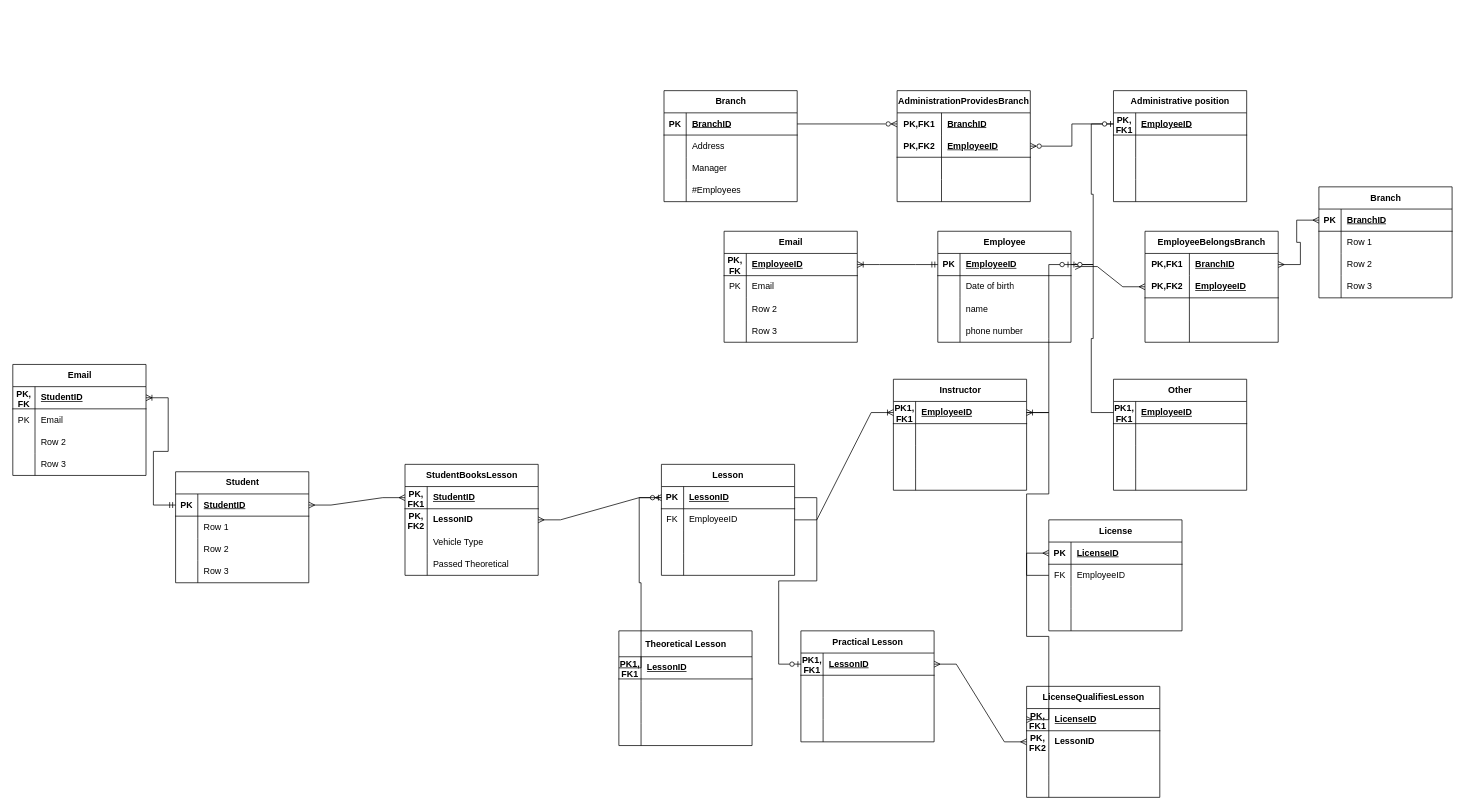
Above: 2_Logical_Data_Model/Driving_School_Daniel_Logical.drawio in Luma48/Database-Foundations-Project (draw.io), before the change. Source tidied: cells renumbered, new cells numbered last; positions are measured from the earlier drawing's top-left corner, leaving out a move shared by most shapes. Both pictures are drawn from the tidied source at 74%, with x=0, y=0 at pixel (13, 90).
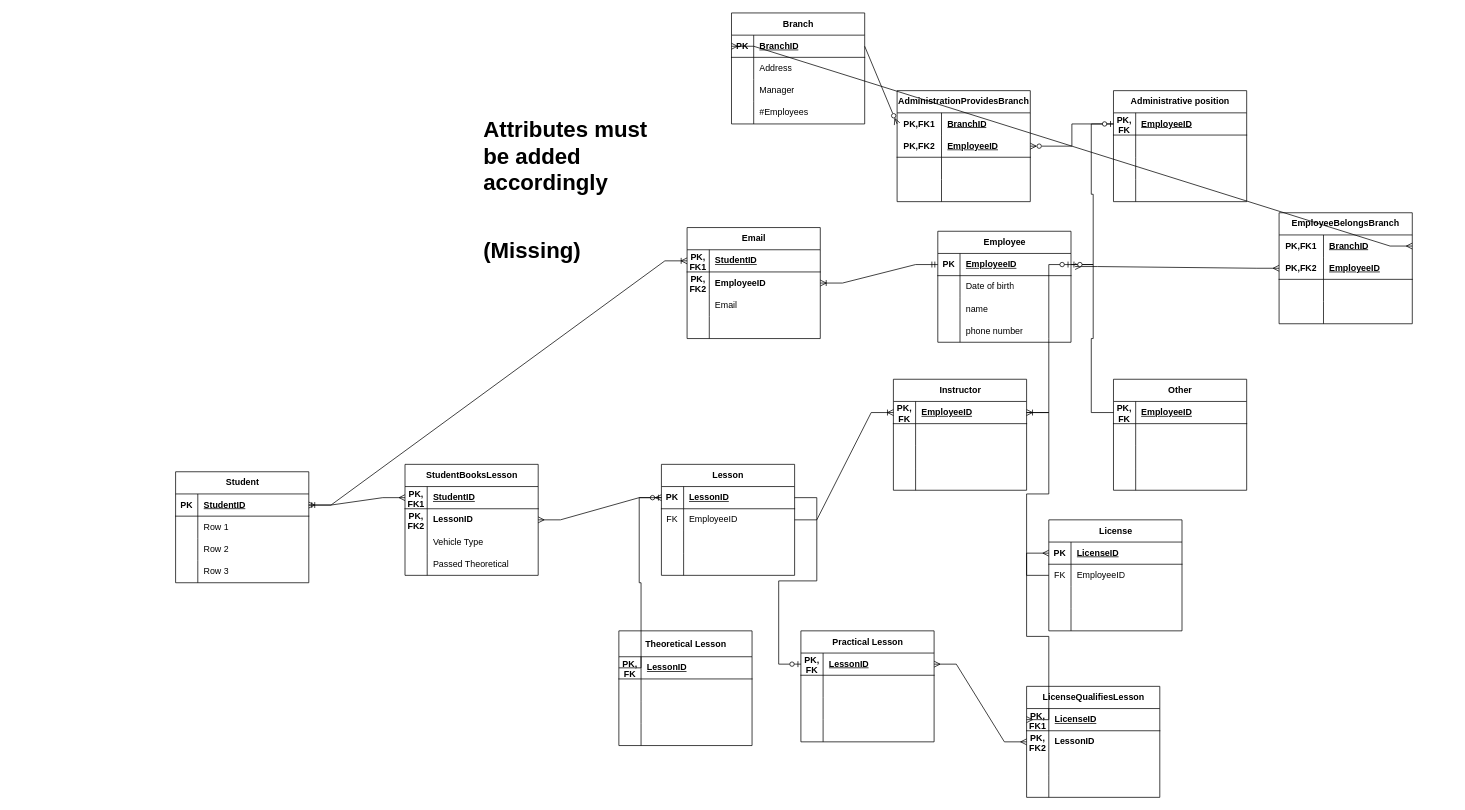
After the change.

Commit message:
corrected branch, email table

The change refers to these unchanged cells:
```xml
<mxCell id="3" style="shape=tableRow;horizontal=0;startSize=0;swimlaneHead=0;swimlaneBody=0;fillColor=none;points=[[0,0.5],[1,0.5]];portConstraint=eastwest;top=0;left=0;right=0;bottom=1;" parent="2" vertex="1">
  <mxGeometry y="30" width="180" height="30" as="geometry" />
</mxCell>
<mxCell id="16" style="shape=tableRow;horizontal=0;startSize=0;swimlaneHead=0;swimlaneBody=0;fillColor=none;points=[[0,0.5],[1,0.5]];portConstraint=eastwest;top=0;left=0;right=0;bottom=0;html=1;" parent="15" vertex="1">
  <mxGeometry y="30" width="180" height="30" as="geometry" />
</mxCell>
<mxCell id="29" style="shape=tableRow;horizontal=0;startSize=0;swimlaneHead=0;swimlaneBody=0;fillColor=none;points=[[0,0.5],[1,0.5]];portConstraint=eastwest;top=0;left=0;right=0;bottom=1;" parent="28" vertex="1">
  <mxGeometry y="30" width="180" height="30" as="geometry" />
</mxCell>
<mxCell id="44" style="shape=tableRow;horizontal=0;startSize=0;swimlaneHead=0;swimlaneBody=0;fillColor=none;points=[[0,0.5],[1,0.5]];portConstraint=eastwest;top=0;left=0;right=0;bottom=1;" parent="43" vertex="1">
  <mxGeometry y="30" width="180" height="30" as="geometry" />
</mxCell>
<mxCell id="57" style="shape=tableRow;horizontal=0;startSize=0;swimlaneHead=0;swimlaneBody=0;fillColor=none;points=[[0,0.5],[1,0.5]];portConstraint=eastwest;top=0;left=0;right=0;bottom=0;html=1;" parent="56" vertex="1">
  <mxGeometry y="30" width="180" height="30" as="geometry" />
</mxCell>
<mxCell id="86" style="shape=tableRow;horizontal=0;startSize=0;swimlaneHead=0;swimlaneBody=0;fillColor=none;points=[[0,0.5],[1,0.5]];portConstraint=eastwest;top=0;left=0;right=0;bottom=1;" parent="85" vertex="1">
  <mxGeometry y="30" width="180" height="30" as="geometry" />
</mxCell>
<mxCell id="99" style="shape=tableRow;horizontal=0;startSize=0;swimlaneHead=0;swimlaneBody=0;fillColor=none;points=[[0,0.5],[1,0.5]];portConstraint=eastwest;top=0;left=0;right=0;bottom=1;" parent="98" vertex="1">
  <mxGeometry y="30" width="180" height="30" as="geometry" />
</mxCell>
<mxCell id="128" style="shape=tableRow;horizontal=0;startSize=0;swimlaneHead=0;swimlaneBody=0;fillColor=none;points=[[0,0.5],[1,0.5]];portConstraint=eastwest;top=0;left=0;right=0;bottom=1;" parent="127" vertex="1">
  <mxGeometry y="35" width="180" height="30" as="geometry" />
</mxCell>
<mxCell id="141" style="shape=tableRow;horizontal=0;startSize=0;swimlaneHead=0;swimlaneBody=0;fillColor=none;points=[[0,0.5],[1,0.5]];portConstraint=eastwest;top=0;left=0;right=0;bottom=1;" parent="140" vertex="1">
  <mxGeometry y="30" width="180" height="30" as="geometry" />
</mxCell>
<mxCell id="185" style="shape=tableRow;horizontal=0;startSize=0;swimlaneHead=0;swimlaneBody=0;fillColor=none;points=[[0,0.5],[1,0.5]];portConstraint=eastwest;top=0;left=0;right=0;bottom=1;" parent="184" vertex="1">
  <mxGeometry y="30" width="180" height="30" as="geometry" />
</mxCell>
<mxCell id="213" style="shape=tableRow;horizontal=0;startSize=0;swimlaneHead=0;swimlaneBody=0;fillColor=none;points=[[0,0.5],[1,0.5]];portConstraint=eastwest;top=0;left=0;right=0;bottom=1;" parent="212" vertex="1">
  <mxGeometry y="30" width="180" height="30" as="geometry" />
</mxCell>
<mxCell id="216" style="shape=tableRow;horizontal=0;startSize=0;swimlaneHead=0;swimlaneBody=0;fillColor=none;points=[[0,0.5],[1,0.5]];portConstraint=eastwest;top=0;left=0;right=0;bottom=0;" parent="212" vertex="1">
  <mxGeometry y="60" width="180" height="30" as="geometry" />
</mxCell>
<mxCell id="219" style="shape=tableRow;horizontal=0;startSize=0;swimlaneHead=0;swimlaneBody=0;fillColor=none;top=0;left=0;right=0;bottom=0;" parent="212" vertex="1">
  <mxGeometry y="90" width="180" height="30" as="geometry" />
</mxCell>
<mxCell id="222" style="shape=tableRow;horizontal=0;startSize=0;swimlaneHead=0;swimlaneBody=0;fillColor=none;top=0;left=0;right=0;bottom=0;" parent="212" vertex="1">
  <mxGeometry y="120" width="180" height="30" as="geometry" />
</mxCell>
```

Diff of the diagram source:
```diff
@@
     <mxCell id="2" value="Branch" style="shape=table;startSize=30;childLayout=tableLayout;rowLines=0;fontStyle=1;align=center;html=1;" parent="1" vertex="1">
-      <mxGeometry x="879.8" width="180" height="150" as="geometry" />
+      <mxGeometry x="971" y="-105" width="180" height="150" as="geometry" />
     </mxCell>
@@
-    <mxCell id="30" value="PK, FK1" style="shape=partialRectangle;fillColor=none;top=0;left=0;bottom=0;right=0;fontStyle=1;overflow=hidden;whiteSpace=wrap;html=1;" parent="29" vertex="1">
+    <mxCell id="30" value="PK, FK" style="shape=partialRectangle;fillColor=none;top=0;left=0;bottom=0;right=0;fontStyle=1;overflow=hidden;whiteSpace=wrap;html=1;" parent="29" vertex="1">
       <mxGeometry width="30" height="30" as="geometry" />
     </mxCell>
@@
-    <mxCell id="41" style="rounded=0;jettySize=auto;html=1;entryX=0;entryY=0.5;entryDx=0;entryDy=0;endArrow=ERzeroToMany;endFill=0;" parent="1" edge="1" source="3" target="16">
+    <mxCell id="41" style="rounded=0;jettySize=auto;html=1;entryX=0;entryY=0.5;entryDx=0;entryDy=0;endArrow=ERzeroToMany;endFill=0;exitX=1;exitY=0.5;exitDx=0;exitDy=0;" parent="1" edge="1" source="3" target="16">
       <mxGeometry relative="1" as="geometry" />
     </mxCell>
@@
     <mxCell id="56" value="EmployeeBelongsBranch" style="shape=table;startSize=30;childLayout=tableLayout;rowLines=0;fontStyle=1;align=center;html=1;whiteSpace=wrap;" parent="1" vertex="1">
-      <mxGeometry x="1529.8" y="190" width="180" height="150" as="geometry" />
+      <mxGeometry x="1711" y="165" width="180" height="150" as="geometry" />
     </mxCell>
@@
-    <mxCell id="70" value="Branch" style="shape=table;startSize=30;childLayout=tableLayout;rowLines=0;fontStyle=1;align=center;html=1;" parent="1" vertex="1">
-      <mxGeometry x="1764.8" y="130" width="180" height="150" as="geometry" />
-    </mxCell>
-    <mxCell id="71" style="shape=tableRow;horizontal=0;startSize=0;swimlaneHead=0;swimlaneBody=0;fillColor=none;points=[[0,0.5],[1,0.5]];portConstraint=eastwest;top=0;left=0;right=0;bottom=1;" parent="70" vertex="1">
-      <mxGeometry y="30" width="180" height="30" as="geometry" />
-    </mxCell>
-    <mxCell id="72" value="PK" style="shape=partialRectangle;fillColor=none;top=0;left=0;bottom=0;right=0;fontStyle=1;overflow=hidden;whiteSpace=wrap;html=1;" parent="71" vertex="1">
-      <mxGeometry width="30" height="30" as="geometry" />
-    </mxCell>
-    <mxCell id="73" value="BranchID" style="shape=partialRectangle;fillColor=none;top=0;left=0;bottom=0;right=0;align=left;spacingLeft=6;fontStyle=5;overflow=hidden;whiteSpace=wrap;html=1;" parent="71" vertex="1">
-      <mxGeometry x="30" width="150" height="30" as="geometry" />
-    </mxCell>
-    <mxCell id="74" style="shape=tableRow;horizontal=0;startSize=0;swimlaneHead=0;swimlaneBody=0;fillColor=none;top=0;left=0;right=0;bottom=0;" parent="70" vertex="1">
-      <mxGeometry y="60" width="180" height="30" as="geometry" />
-    </mxCell>
-    <mxCell id="75" style="shape=partialRectangle;fillColor=none;top=0;left=0;bottom=0;right=0;overflow=hidden;whiteSpace=wrap;html=1;" parent="74" vertex="1">
-      <mxGeometry width="30" height="30" as="geometry" />
-    </mxCell>
-    <mxCell id="76" value="Row 1" style="shape=partialRectangle;fillColor=none;top=0;left=0;bottom=0;right=0;align=left;spacingLeft=6;overflow=hidden;whiteSpace=wrap;html=1;" parent="74" vertex="1">
-      <mxGeometry x="30" width="150" height="30" as="geometry" />
-    </mxCell>
-    <mxCell id="77" style="shape=tableRow;horizontal=0;startSize=0;swimlaneHead=0;swimlaneBody=0;fillColor=none;top=0;left=0;right=0;bottom=0;" parent="70" vertex="1">
-      <mxGeometry y="90" width="180" height="30" as="geometry" />
-    </mxCell>
-    <mxCell id="78" style="shape=partialRectangle;fillColor=none;top=0;left=0;bottom=0;right=0;overflow=hidden;whiteSpace=wrap;html=1;" parent="77" vertex="1">
-      <mxGeometry width="30" height="30" as="geometry" />
-    </mxCell>
-    <mxCell id="79" value="Row 2" style="shape=partialRectangle;fillColor=none;top=0;left=0;bottom=0;right=0;align=left;spacingLeft=6;overflow=hidden;whiteSpace=wrap;html=1;" parent="77" vertex="1">
-      <mxGeometry x="30" width="150" height="30" as="geometry" />
-    </mxCell>
-    <mxCell id="80" style="shape=tableRow;horizontal=0;startSize=0;swimlaneHead=0;swimlaneBody=0;fillColor=none;top=0;left=0;right=0;bottom=0;" parent="70" vertex="1">
-      <mxGeometry y="120" width="180" height="30" as="geometry" />
-    </mxCell>
-    <mxCell id="81" style="shape=partialRectangle;fillColor=none;top=0;left=0;bottom=0;right=0;overflow=hidden;whiteSpace=wrap;html=1;" parent="80" vertex="1">
-      <mxGeometry width="30" height="30" as="geometry" />
-    </mxCell>
-    <mxCell id="82" value="Row 3" style="shape=partialRectangle;fillColor=none;top=0;left=0;bottom=0;right=0;align=left;spacingLeft=6;overflow=hidden;whiteSpace=wrap;html=1;" parent="80" vertex="1">
-      <mxGeometry x="30" width="150" height="30" as="geometry" />
-    </mxCell>
-    <mxCell id="83" style="edgeStyle=entityRelationEdgeStyle;fontSize=12;html=1;endArrow=ERmany;startArrow=ERmany;rounded=0;exitX=1;exitY=0.5;exitDx=0;exitDy=0;entryX=0;entryY=0.5;entryDx=0;entryDy=0;" parent="1" edge="1" source="57" target="71">
-      <mxGeometry relative="1" as="geometry" />
+    <mxCell id="83" style="edgeStyle=entityRelationEdgeStyle;fontSize=12;html=1;endArrow=ERmany;startArrow=ERmany;rounded=0;exitX=1;exitY=0.5;exitDx=0;exitDy=0;entryX=0;entryY=0.5;entryDx=0;entryDy=0;" parent="1" edge="1" source="57" target="3">
+      <mxGeometry relative="1" as="geometry">
+        <Array as="points">
+          <mxPoint x="1581" y="-65" />
+        </Array>
+      </mxGeometry>
     </mxCell>
@@
-    <mxCell id="87" value="PK1, FK1" style="shape=partialRectangle;fillColor=none;top=0;left=0;bottom=0;right=0;fontStyle=1;overflow=hidden;whiteSpace=wrap;html=1;" parent="86" vertex="1">
+    <mxCell id="87" value="PK, FK" style="shape=partialRectangle;fillColor=none;top=0;left=0;bottom=0;right=0;fontStyle=1;overflow=hidden;whiteSpace=wrap;html=1;" parent="86" vertex="1">
       <mxGeometry width="30" height="30" as="geometry" />
     </mxCell>
@@
-    <mxCell id="100" value="PK1, FK1" style="shape=partialRectangle;fillColor=none;top=0;left=0;bottom=0;right=0;fontStyle=1;overflow=hidden;whiteSpace=wrap;html=1;" parent="99" vertex="1">
+    <mxCell id="100" value="PK, FK" style="shape=partialRectangle;fillColor=none;top=0;left=0;bottom=0;right=0;fontStyle=1;overflow=hidden;whiteSpace=wrap;html=1;" parent="99" vertex="1">
       <mxGeometry width="30" height="30" as="geometry" />
     </mxCell>
@@
-    <mxCell id="129" value="PK1, FK1" style="shape=partialRectangle;fillColor=none;top=0;left=0;bottom=0;right=0;fontStyle=1;overflow=hidden;whiteSpace=wrap;html=1;" parent="128" vertex="1">
+    <mxCell id="129" value="PK, FK" style="shape=partialRectangle;fillColor=none;top=0;left=0;bottom=0;right=0;fontStyle=1;overflow=hidden;whiteSpace=wrap;html=1;" parent="128" vertex="1">
       <mxGeometry width="30" height="30" as="geometry" />
     </mxCell>
@@
-    <mxCell id="142" value="PK1, FK1" style="shape=partialRectangle;fillColor=none;top=0;left=0;bottom=0;right=0;fontStyle=1;overflow=hidden;whiteSpace=wrap;html=1;" parent="141" vertex="1">
+    <mxCell id="142" value="PK, FK" style="shape=partialRectangle;fillColor=none;top=0;left=0;bottom=0;right=0;fontStyle=1;overflow=hidden;whiteSpace=wrap;html=1;" parent="141" vertex="1">
       <mxGeometry width="30" height="30" as="geometry" />
     </mxCell>
@@
     <mxCell id="212" value="Email" style="shape=table;startSize=30;childLayout=tableLayout;rowLines=0;fontStyle=1;align=center;html=1;" parent="1" vertex="1">
-      <mxGeometry x="-0.2" y="370" width="180" height="150" as="geometry" />
+      <mxGeometry x="911" y="185" width="180" height="150" as="geometry" />
     </mxCell>
@@
-    <mxCell id="214" value="PK, FK" style="shape=partialRectangle;fillColor=none;top=0;left=0;bottom=0;right=0;fontStyle=1;overflow=hidden;whiteSpace=wrap;html=1;" parent="213" vertex="1">
+    <mxCell id="214" value="PK, FK1" style="shape=partialRectangle;fillColor=none;top=0;left=0;bottom=0;right=0;fontStyle=1;overflow=hidden;whiteSpace=wrap;html=1;" parent="213" vertex="1">
       <mxGeometry width="30" height="30" as="geometry" />
     </mxCell>
@@
-    <mxCell id="217" value="PK" style="shape=partialRectangle;fillColor=none;top=0;left=0;bottom=0;right=0;overflow=hidden;whiteSpace=wrap;html=1;" parent="216" vertex="1">
+    <mxCell id="217" value="&lt;b&gt;PK, FK2&lt;/b&gt;" style="shape=partialRectangle;fillColor=none;top=0;left=0;bottom=0;right=0;overflow=hidden;whiteSpace=wrap;html=1;" parent="216" vertex="1">
       <mxGeometry width="30" height="30" as="geometry" />
     </mxCell>
-    <mxCell id="218" value="Email" style="shape=partialRectangle;fillColor=none;top=0;left=0;bottom=0;right=0;align=left;spacingLeft=6;overflow=hidden;whiteSpace=wrap;html=1;" parent="216" vertex="1">
+    <mxCell id="218" value="&lt;b&gt;EmployeeID&lt;/b&gt;" style="shape=partialRectangle;fillColor=none;top=0;left=0;bottom=0;right=0;align=left;spacingLeft=6;overflow=hidden;whiteSpace=wrap;html=1;" parent="216" vertex="1">
       <mxGeometry x="30" width="150" height="30" as="geometry" />
     </mxCell>
@@
-    <mxCell id="221" value="Row 2" style="shape=partialRectangle;fillColor=none;top=0;left=0;bottom=0;right=0;align=left;spacingLeft=6;overflow=hidden;whiteSpace=wrap;html=1;" parent="219" vertex="1">
+    <mxCell id="221" value="Email" style="shape=partialRectangle;fillColor=none;top=0;left=0;bottom=0;right=0;align=left;spacingLeft=6;overflow=hidden;whiteSpace=wrap;html=1;" parent="219" vertex="1">
       <mxGeometry x="30" width="150" height="30" as="geometry" />
     </mxCell>
@@
-    <mxCell id="224" value="Row 3" style="shape=partialRectangle;fillColor=none;top=0;left=0;bottom=0;right=0;align=left;spacingLeft=6;overflow=hidden;whiteSpace=wrap;html=1;" parent="222" vertex="1">
+    <mxCell id="224" style="shape=partialRectangle;fillColor=none;top=0;left=0;bottom=0;right=0;align=left;spacingLeft=6;overflow=hidden;whiteSpace=wrap;html=1;" parent="222" vertex="1">
       <mxGeometry x="30" width="150" height="30" as="geometry" />
     </mxCell>
-    <mxCell id="225" style="edgeStyle=entityRelationEdgeStyle;fontSize=12;html=1;endArrow=ERoneToMany;startArrow=ERmandOne;rounded=0;entryX=1;entryY=0.5;entryDx=0;entryDy=0;exitX=0;exitY=0.5;exitDx=0;exitDy=0;" parent="1" edge="1" source="185" target="213">
+    <mxCell id="225" style="edgeStyle=entityRelationEdgeStyle;fontSize=12;html=1;endArrow=ERoneToMany;startArrow=ERmandOne;rounded=0;entryX=0;entryY=0.5;entryDx=0;entryDy=0;exitX=1;exitY=0.5;exitDx=0;exitDy=0;" parent="1" edge="1" source="185" target="213">
       <mxGeometry relative="1" as="geometry" />
     </mxCell>
-    <mxCell id="226" value="Email" style="shape=table;startSize=30;childLayout=tableLayout;rowLines=0;fontStyle=1;align=center;html=1;" parent="1" vertex="1">
-      <mxGeometry x="961" y="190" width="180" height="150" as="geometry" />
-    </mxCell>
-    <mxCell id="227" style="shape=tableRow;horizontal=0;startSize=0;swimlaneHead=0;swimlaneBody=0;fillColor=none;points=[[0,0.5],[1,0.5]];portConstraint=eastwest;top=0;left=0;right=0;bottom=1;" parent="226" vertex="1">
-      <mxGeometry y="30" width="180" height="30" as="geometry" />
-    </mxCell>
-    <mxCell id="228" value="PK, FK" style="shape=partialRectangle;fillColor=none;top=0;left=0;bottom=0;right=0;fontStyle=1;overflow=hidden;whiteSpace=wrap;html=1;" parent="227" vertex="1">
-      <mxGeometry width="30" height="30" as="geometry" />
-    </mxCell>
-    <mxCell id="229" value="EmployeeID" style="shape=partialRectangle;fillColor=none;top=0;left=0;bottom=0;right=0;align=left;spacingLeft=6;fontStyle=5;overflow=hidden;whiteSpace=wrap;html=1;" parent="227" vertex="1">
-      <mxGeometry x="30" width="150" height="30" as="geometry" />
-    </mxCell>
-    <mxCell id="230" style="shape=tableRow;horizontal=0;startSize=0;swimlaneHead=0;swimlaneBody=0;fillColor=none;top=0;left=0;right=0;bottom=0;" parent="226" vertex="1">
-      <mxGeometry y="60" width="180" height="30" as="geometry" />
-    </mxCell>
-    <mxCell id="231" value="PK" style="shape=partialRectangle;fillColor=none;top=0;left=0;bottom=0;right=0;overflow=hidden;whiteSpace=wrap;html=1;" parent="230" vertex="1">
-      <mxGeometry width="30" height="30" as="geometry" />
-    </mxCell>
-    <mxCell id="232" value="Email" style="shape=partialRectangle;fillColor=none;top=0;left=0;bottom=0;right=0;align=left;spacingLeft=6;overflow=hidden;whiteSpace=wrap;html=1;" parent="230" vertex="1">
-      <mxGeometry x="30" width="150" height="30" as="geometry" />
-    </mxCell>
-    <mxCell id="233" style="shape=tableRow;horizontal=0;startSize=0;swimlaneHead=0;swimlaneBody=0;fillColor=none;top=0;left=0;right=0;bottom=0;" parent="226" vertex="1">
-      <mxGeometry y="90" width="180" height="30" as="geometry" />
-    </mxCell>
-    <mxCell id="234" style="shape=partialRectangle;fillColor=none;top=0;left=0;bottom=0;right=0;overflow=hidden;whiteSpace=wrap;html=1;" parent="233" vertex="1">
-      <mxGeometry width="30" height="30" as="geometry" />
-    </mxCell>
-    <mxCell id="235" value="Row 2" style="shape=partialRectangle;fillColor=none;top=0;left=0;bottom=0;right=0;align=left;spacingLeft=6;overflow=hidden;whiteSpace=wrap;html=1;" parent="233" vertex="1">
-      <mxGeometry x="30" width="150" height="30" as="geometry" />
-    </mxCell>
-    <mxCell id="236" style="shape=tableRow;horizontal=0;startSize=0;swimlaneHead=0;swimlaneBody=0;fillColor=none;top=0;left=0;right=0;bottom=0;" parent="226" vertex="1">
-      <mxGeometry y="120" width="180" height="30" as="geometry" />
-    </mxCell>
-    <mxCell id="237" style="shape=partialRectangle;fillColor=none;top=0;left=0;bottom=0;right=0;overflow=hidden;whiteSpace=wrap;html=1;" parent="236" vertex="1">
-      <mxGeometry width="30" height="30" as="geometry" />
-    </mxCell>
-    <mxCell id="238" value="Row 3" style="shape=partialRectangle;fillColor=none;top=0;left=0;bottom=0;right=0;align=left;spacingLeft=6;overflow=hidden;whiteSpace=wrap;html=1;" parent="236" vertex="1">
-      <mxGeometry x="30" width="150" height="30" as="geometry" />
-    </mxCell>
-    <mxCell id="239" style="edgeStyle=entityRelationEdgeStyle;fontSize=12;html=1;endArrow=ERoneToMany;startArrow=ERmandOne;rounded=0;entryX=1;entryY=0.5;entryDx=0;entryDy=0;exitX=0;exitY=0.5;exitDx=0;exitDy=0;" parent="1" edge="1" source="44" target="227">
+    <mxCell id="239" style="edgeStyle=entityRelationEdgeStyle;fontSize=12;html=1;endArrow=ERoneToMany;startArrow=ERmandOne;rounded=0;entryX=1;entryY=0.5;entryDx=0;entryDy=0;exitX=0;exitY=0.5;exitDx=0;exitDy=0;" parent="1" edge="1" source="44" target="216">
       <mxGeometry relative="1" as="geometry">
         <Array as="points">
           <mxPoint x="1251" y="245" />
         </Array>
       </mxGeometry>
     </mxCell>
+    <mxCell id="240" value="&lt;h1 style=&quot;font-size: 30px;&quot;&gt;&lt;font style=&quot;font-size: 30px;&quot;&gt;Attributes must be added accordingly&lt;/font&gt;&lt;/h1&gt;&lt;div&gt;&lt;font style=&quot;font-size: 30px;&quot;&gt;&lt;b&gt;&lt;br&gt;&lt;/b&gt;&lt;/font&gt;&lt;/div&gt;&lt;div&gt;&lt;span style=&quot;font-size: 30px;&quot;&gt;&lt;b&gt;(Missing)&lt;/b&gt;&lt;/span&gt;&lt;/div&gt;&lt;p style=&quot;font-size: 30px;&quot;&gt;&lt;br&gt;&lt;/p&gt;" style="text;html=1;strokeColor=none;fillColor=none;spacing=5;spacingTop=-20;whiteSpace=wrap;overflow=hidden;rounded=0;" parent="1" vertex="1">
+      <mxGeometry x="631" y="25" width="230" height="240" as="geometry" />
+    </mxCell>
```
